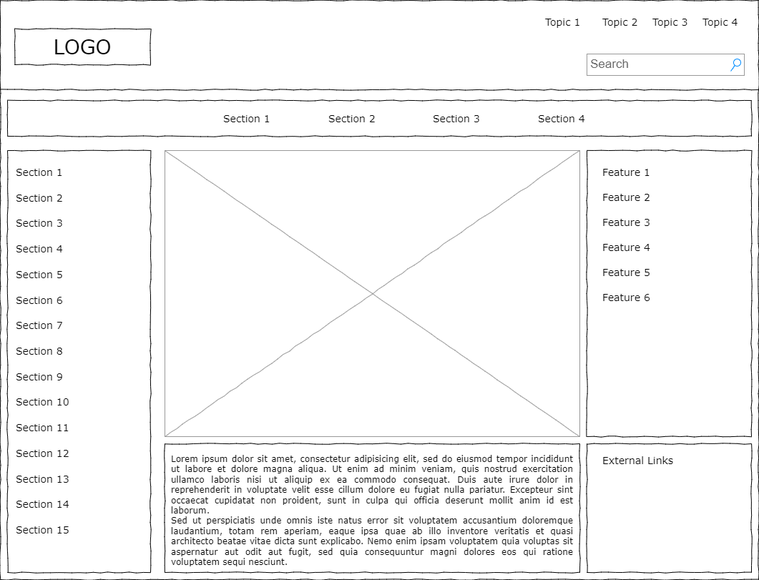
The draw.io diagram Portfolio site diagram.png in davioc/amb-portfolio, before a commit. Source tidied: cells renumbered, new cells last; positions are measured from the earlier drawing's top-left corner, leaving out a move shared by most shapes.
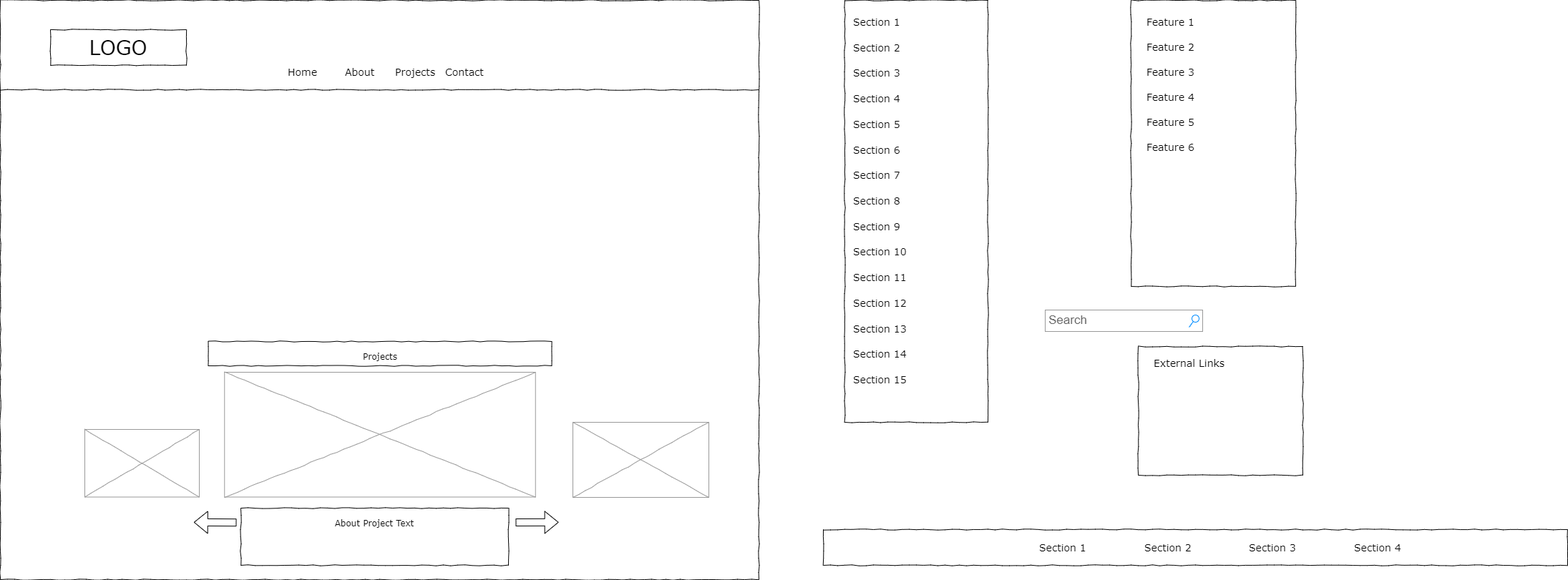
After the commit.

What changed in the source:
```diff
@@ -6,121 +6,140 @@
       <mxGeometry width="1060" height="810" as="geometry" />
     </mxCell>
     <mxCell id="3" value="LOGO" style="whiteSpace=wrap;html=1;rounded=0;shadow=0;labelBackgroundColor=none;strokeWidth=1;fontFamily=Verdana;fontSize=28;align=center;comic=1;" parent="1" vertex="1">
-      <mxGeometry x="20" y="40" width="190" height="50" as="geometry" />
+      <mxGeometry x="70" y="41" width="190" height="50" as="geometry" />
     </mxCell>
     <mxCell id="4" value="Search" style="strokeWidth=1;shadow=0;dashed=0;align=center;html=1;shape=mxgraph.mockup.forms.searchBox;strokeColor=#999999;mainText=;strokeColor2=#008cff;fontColor=#666666;fontSize=17;align=left;spacingLeft=3;rounded=0;labelBackgroundColor=none;comic=1;" parent="1" vertex="1">
-      <mxGeometry x="820" y="75" width="220" height="30" as="geometry" />
+      <mxGeometry x="1460" y="433" width="220" height="30" as="geometry" />
     </mxCell>
-    <mxCell id="5" value="Topic 1" style="text;html=1;align=left;verticalAlign=top;spacingTop=-4;fontSize=14;fontFamily=Verdana;" parent="1" vertex="1">
-      <mxGeometry x="760" y="20" width="60" height="20" as="geometry" />
+    <mxCell id="5" value="Home" style="text;html=1;align=left;verticalAlign=top;spacingTop=-4;fontSize=14;fontFamily=Verdana;" parent="1" vertex="1">
+      <mxGeometry x="400" y="90" width="60" height="20" as="geometry" />
     </mxCell>
-    <mxCell id="6" value="Topic 2" style="text;html=1;align=left;verticalAlign=top;spacingTop=-4;fontSize=14;fontFamily=Verdana;" parent="1" vertex="1">
-      <mxGeometry x="840" y="20" width="60" height="20" as="geometry" />
+    <mxCell id="6" value="About" style="text;html=1;align=left;verticalAlign=top;spacingTop=-4;fontSize=14;fontFamily=Verdana;" parent="1" vertex="1">
+      <mxGeometry x="480" y="90" width="60" height="20" as="geometry" />
     </mxCell>
-    <mxCell id="7" value="Topic 3" style="text;html=1;align=left;verticalAlign=top;spacingTop=-4;fontSize=14;fontFamily=Verdana;" parent="1" vertex="1">
-      <mxGeometry x="910" y="20" width="60" height="20" as="geometry" />
+    <mxCell id="7" value="Projects" style="text;html=1;align=left;verticalAlign=top;spacingTop=-4;fontSize=14;fontFamily=Verdana;" parent="1" vertex="1">
+      <mxGeometry x="550" y="90" width="60" height="20" as="geometry" />
     </mxCell>
-    <mxCell id="8" value="Topic 4" style="text;html=1;align=left;verticalAlign=top;spacingTop=-4;fontSize=14;fontFamily=Verdana;" parent="1" vertex="1">
-      <mxGeometry x="980" y="20" width="60" height="20" as="geometry" />
+    <mxCell id="8" value="Contact" style="text;html=1;align=left;verticalAlign=top;spacingTop=-4;fontSize=14;fontFamily=Verdana;" parent="1" vertex="1">
+      <mxGeometry x="620" y="90" width="60" height="20" as="geometry" />
     </mxCell>
     <mxCell id="9" style="whiteSpace=wrap;html=1;rounded=0;shadow=0;labelBackgroundColor=none;strokeWidth=1;fillColor=none;fontFamily=Verdana;fontSize=12;align=center;comic=1;" parent="1" vertex="1">
-      <mxGeometry x="10" y="210" width="200" height="590" as="geometry" />
+      <mxGeometry x="1180" width="200" height="590" as="geometry" />
     </mxCell>
     <mxCell id="10" style="line;strokeWidth=1;html=1;rounded=0;shadow=0;labelBackgroundColor=none;fillColor=none;fontFamily=Verdana;fontSize=14;fontColor=#000000;align=center;comic=1;" parent="1" vertex="1">
       <mxGeometry y="120" width="1060" height="10" as="geometry" />
     </mxCell>
     <mxCell id="11" style="whiteSpace=wrap;html=1;rounded=0;shadow=0;labelBackgroundColor=none;strokeWidth=1;fillColor=none;fontFamily=Verdana;fontSize=12;align=center;comic=1;" parent="1" vertex="1">
-      <mxGeometry x="10" y="140" width="1040" height="50" as="geometry" />
+      <mxGeometry x="1150" y="740" width="1040" height="50" as="geometry" />
     </mxCell>
     <mxCell id="12" value="Section 1" style="text;html=1;align=left;verticalAlign=top;spacingTop=-4;fontSize=14;fontFamily=Verdana;" parent="1" vertex="1">
-      <mxGeometry x="310" y="155" width="60" height="20" as="geometry" />
+      <mxGeometry x="1450" y="755" width="60" height="20" as="geometry" />
     </mxCell>
     <mxCell id="13" value="Section 2" style="text;html=1;align=left;verticalAlign=top;spacingTop=-4;fontSize=14;fontFamily=Verdana;" parent="1" vertex="1">
-      <mxGeometry x="457" y="155" width="60" height="20" as="geometry" />
+      <mxGeometry x="1597" y="755" width="60" height="20" as="geometry" />
     </mxCell>
     <mxCell id="14" value="Section 3" style="text;html=1;align=left;verticalAlign=top;spacingTop=-4;fontSize=14;fontFamily=Verdana;" parent="1" vertex="1">
-      <mxGeometry x="603" y="155" width="60" height="20" as="geometry" />
+      <mxGeometry x="1743" y="755" width="60" height="20" as="geometry" />
     </mxCell>
     <mxCell id="15" value="Section 4" style="text;html=1;align=left;verticalAlign=top;spacingTop=-4;fontSize=14;fontFamily=Verdana;" parent="1" vertex="1">
-      <mxGeometry x="750" y="155" width="60" height="20" as="geometry" />
+      <mxGeometry x="1890" y="755" width="60" height="20" as="geometry" />
     </mxCell>
-    <mxCell id="16" value="&lt;div style=&quot;text-align: justify&quot;&gt;&lt;span&gt;Lorem ipsum dolor sit amet, consectetur adipisicing elit, sed do eiusmod tempor incididunt ut labore et dolore magna aliqua. Ut enim ad minim veniam, quis nostrud exercitation ullamco laboris nisi ut aliquip ex ea commodo consequat. Duis aute irure dolor in reprehenderit in voluptate velit esse cillum dolore eu fugiat nulla pariatur. Excepteur sint occaecat cupidatat non proident, sunt in culpa qui officia deserunt mollit anim id est laborum.&lt;/span&gt;&lt;/div&gt;&lt;div style=&quot;text-align: justify&quot;&gt;&lt;span&gt;Sed ut perspiciatis unde omnis iste natus error sit voluptatem accusantium doloremque laudantium, totam rem aperiam, eaque ipsa quae ab illo inventore veritatis et quasi architecto beatae vitae dicta sunt explicabo. Nemo enim ipsam voluptatem quia voluptas sit aspernatur aut odit aut fugit, sed quia consequuntur magni dolores eos qui ratione voluptatem sequi nesciunt.&amp;nbsp;&lt;/span&gt;&lt;/div&gt;" style="whiteSpace=wrap;html=1;rounded=0;shadow=0;labelBackgroundColor=none;strokeWidth=1;fillColor=none;fontFamily=Verdana;fontSize=12;align=center;verticalAlign=top;spacing=10;comic=1;" parent="1" vertex="1">
-      <mxGeometry x="230" y="620" width="580" height="180" as="geometry" />
+    <mxCell id="16" value="&lt;div style=&quot;text-align: justify&quot;&gt;About Project Text&lt;/div&gt;" style="whiteSpace=wrap;html=1;rounded=0;shadow=0;labelBackgroundColor=none;strokeWidth=1;fillColor=none;fontFamily=Verdana;fontSize=12;align=center;verticalAlign=top;spacing=10;comic=1;" parent="1" vertex="1">
+      <mxGeometry x="336" y="710" width="374" height="80" as="geometry" />
     </mxCell>
-    <mxCell id="17" style="verticalLabelPosition=bottom;shadow=0;dashed=0;align=center;html=1;verticalAlign=top;strokeWidth=1;shape=mxgraph.mockup.graphics.simpleIcon;strokeColor=#999999;rounded=0;labelBackgroundColor=none;fontFamily=Verdana;fontSize=14;fontColor=#000000;comic=1;" parent="1" vertex="1">
-      <mxGeometry x="230" y="210" width="580" height="400" as="geometry" />
-    </mxCell>
     <mxCell id="18" style="whiteSpace=wrap;html=1;rounded=0;shadow=0;labelBackgroundColor=none;strokeWidth=1;fillColor=none;fontFamily=Verdana;fontSize=12;align=center;comic=1;" parent="1" vertex="1">
-      <mxGeometry x="820" y="210" width="230" height="400" as="geometry" />
+      <mxGeometry x="1580" width="230" height="400" as="geometry" />
     </mxCell>
     <mxCell id="19" style="whiteSpace=wrap;html=1;rounded=0;shadow=0;labelBackgroundColor=none;strokeWidth=1;fillColor=none;fontFamily=Verdana;fontSize=12;align=center;comic=1;" parent="1" vertex="1">
-      <mxGeometry x="820" y="620" width="230" height="180" as="geometry" />
+      <mxGeometry x="1590" y="484" width="230" height="180" as="geometry" />
     </mxCell>
     <mxCell id="20" value="Section 1" style="text;html=1;align=left;verticalAlign=top;spacingTop=-4;fontSize=14;fontFamily=Verdana;" parent="1" vertex="1">
-      <mxGeometry x="20" y="230" width="170" height="20" as="geometry" />
+      <mxGeometry x="1190" y="20" width="170" height="20" as="geometry" />
     </mxCell>
     <mxCell id="21" value="Section 2" style="text;html=1;align=left;verticalAlign=top;spacingTop=-4;fontSize=14;fontFamily=Verdana;" parent="1" vertex="1">
-      <mxGeometry x="20" y="266" width="170" height="20" as="geometry" />
+      <mxGeometry x="1190" y="56" width="170" height="20" as="geometry" />
     </mxCell>
     <mxCell id="22" value="Section 3" style="text;html=1;align=left;verticalAlign=top;spacingTop=-4;fontSize=14;fontFamily=Verdana;" parent="1" vertex="1">
-      <mxGeometry x="20" y="301" width="170" height="20" as="geometry" />
+      <mxGeometry x="1190" y="91" width="170" height="20" as="geometry" />
     </mxCell>
     <mxCell id="23" value="Section 4" style="text;html=1;align=left;verticalAlign=top;spacingTop=-4;fontSize=14;fontFamily=Verdana;" parent="1" vertex="1">
-      <mxGeometry x="20" y="337" width="170" height="20" as="geometry" />
+      <mxGeometry x="1190" y="127" width="170" height="20" as="geometry" />
     </mxCell>
     <mxCell id="24" value="Section 7" style="text;html=1;align=left;verticalAlign=top;spacingTop=-4;fontSize=14;fontFamily=Verdana;" parent="1" vertex="1">
-      <mxGeometry x="20" y="444" width="170" height="20" as="geometry" />
+      <mxGeometry x="1190" y="234" width="170" height="20" as="geometry" />
     </mxCell>
     <mxCell id="25" value="Section 8" style="text;html=1;align=left;verticalAlign=top;spacingTop=-4;fontSize=14;fontFamily=Verdana;" parent="1" vertex="1">
-      <mxGeometry x="20" y="480" width="170" height="20" as="geometry" />
+      <mxGeometry x="1190" y="270" width="170" height="20" as="geometry" />
     </mxCell>
     <mxCell id="26" value="Section 9" style="text;html=1;align=left;verticalAlign=top;spacingTop=-4;fontSize=14;fontFamily=Verdana;" parent="1" vertex="1">
-      <mxGeometry x="20" y="516" width="170" height="20" as="geometry" />
+      <mxGeometry x="1190" y="306" width="170" height="20" as="geometry" />
     </mxCell>
     <mxCell id="27" value="Section 10" style="text;html=1;align=left;verticalAlign=top;spacingTop=-4;fontSize=14;fontFamily=Verdana;" parent="1" vertex="1">
-      <mxGeometry x="20" y="551" width="170" height="20" as="geometry" />
+      <mxGeometry x="1190" y="341" width="170" height="20" as="geometry" />
     </mxCell>
     <mxCell id="28" value="Section 11" style="text;html=1;align=left;verticalAlign=top;spacingTop=-4;fontSize=14;fontFamily=Verdana;" parent="1" vertex="1">
-      <mxGeometry x="20" y="587" width="170" height="20" as="geometry" />
+      <mxGeometry x="1190" y="377" width="170" height="20" as="geometry" />
     </mxCell>
     <mxCell id="29" value="Section 12" style="text;html=1;align=left;verticalAlign=top;spacingTop=-4;fontSize=14;fontFamily=Verdana;" parent="1" vertex="1">
-      <mxGeometry x="20" y="623" width="170" height="20" as="geometry" />
+      <mxGeometry x="1190" y="413" width="170" height="20" as="geometry" />
     </mxCell>
     <mxCell id="30" value="Section 13" style="text;html=1;align=left;verticalAlign=top;spacingTop=-4;fontSize=14;fontFamily=Verdana;" parent="1" vertex="1">
-      <mxGeometry x="20" y="659" width="170" height="20" as="geometry" />
+      <mxGeometry x="1190" y="449" width="170" height="20" as="geometry" />
     </mxCell>
     <mxCell id="31" value="Section 14" style="text;html=1;align=left;verticalAlign=top;spacingTop=-4;fontSize=14;fontFamily=Verdana;" parent="1" vertex="1">
-      <mxGeometry x="20" y="694" width="170" height="20" as="geometry" />
+      <mxGeometry x="1190" y="484" width="170" height="20" as="geometry" />
     </mxCell>
     <mxCell id="32" value="Section 5" style="text;html=1;align=left;verticalAlign=top;spacingTop=-4;fontSize=14;fontFamily=Verdana;" parent="1" vertex="1">
-      <mxGeometry x="20" y="373" width="170" height="20" as="geometry" />
+      <mxGeometry x="1190" y="163" width="170" height="20" as="geometry" />
     </mxCell>
     <mxCell id="33" value="Section 6" style="text;html=1;align=left;verticalAlign=top;spacingTop=-4;fontSize=14;fontFamily=Verdana;" parent="1" vertex="1">
-      <mxGeometry x="20" y="409" width="170" height="20" as="geometry" />
+      <mxGeometry x="1190" y="199" width="170" height="20" as="geometry" />
     </mxCell>
     <mxCell id="34" value="Section 15" style="text;html=1;align=left;verticalAlign=top;spacingTop=-4;fontSize=14;fontFamily=Verdana;" parent="1" vertex="1">
-      <mxGeometry x="20" y="730" width="170" height="20" as="geometry" />
+      <mxGeometry x="1190" y="520" width="170" height="20" as="geometry" />
     </mxCell>
     <mxCell id="35" value="External Links" style="text;html=1;align=left;verticalAlign=top;spacingTop=-4;fontSize=14;fontFamily=Verdana;" parent="1" vertex="1">
-      <mxGeometry x="840" y="633" width="170" height="20" as="geometry" />
+      <mxGeometry x="1610" y="497" width="170" height="20" as="geometry" />
     </mxCell>
     <mxCell id="36" value="Feature 1" style="text;html=1;align=left;verticalAlign=top;spacingTop=-4;fontSize=14;fontFamily=Verdana;" parent="1" vertex="1">
-      <mxGeometry x="840" y="230" width="170" height="20" as="geometry" />
+      <mxGeometry x="1600" y="20" width="170" height="20" as="geometry" />
     </mxCell>
     <mxCell id="37" value="Feature 2" style="text;html=1;align=left;verticalAlign=top;spacingTop=-4;fontSize=14;fontFamily=Verdana;" parent="1" vertex="1">
-      <mxGeometry x="840" y="265" width="170" height="20" as="geometry" />
+      <mxGeometry x="1600" y="55" width="170" height="20" as="geometry" />
     </mxCell>
     <mxCell id="38" value="Feature 3" style="text;html=1;align=left;verticalAlign=top;spacingTop=-4;fontSize=14;fontFamily=Verdana;" parent="1" vertex="1">
-      <mxGeometry x="840" y="300" width="170" height="20" as="geometry" />
+      <mxGeometry x="1600" y="90" width="170" height="20" as="geometry" />
     </mxCell>
     <mxCell id="39" value="Feature 4" style="text;html=1;align=left;verticalAlign=top;spacingTop=-4;fontSize=14;fontFamily=Verdana;" parent="1" vertex="1">
-      <mxGeometry x="840" y="335" width="170" height="20" as="geometry" />
+      <mxGeometry x="1600" y="125" width="170" height="20" as="geometry" />
     </mxCell>
     <mxCell id="40" value="Feature 5" style="text;html=1;align=left;verticalAlign=top;spacingTop=-4;fontSize=14;fontFamily=Verdana;" parent="1" vertex="1">
-      <mxGeometry x="840" y="370" width="170" height="20" as="geometry" />
+      <mxGeometry x="1600" y="160" width="170" height="20" as="geometry" />
     </mxCell>
     <mxCell id="41" value="Feature 6" style="text;html=1;align=left;verticalAlign=top;spacingTop=-4;fontSize=14;fontFamily=Verdana;" parent="1" vertex="1">
-      <mxGeometry x="840" y="405" width="170" height="20" as="geometry" />
+      <mxGeometry x="1600" y="195" width="170" height="20" as="geometry" />
     </mxCell>
+    <mxCell id="42" style="verticalLabelPosition=bottom;shadow=0;dashed=0;align=center;html=1;verticalAlign=top;strokeWidth=1;shape=mxgraph.mockup.graphics.simpleIcon;strokeColor=#999999;rounded=0;labelBackgroundColor=none;fontFamily=Verdana;fontSize=14;fontColor=#000000;comic=1;" parent="1" vertex="1">
+      <mxGeometry x="118" y="600" width="160" height="94.5" as="geometry" />
+    </mxCell>
+    <mxCell id="43" style="verticalLabelPosition=bottom;shadow=0;dashed=0;align=center;html=1;verticalAlign=top;strokeWidth=1;shape=mxgraph.mockup.graphics.simpleIcon;strokeColor=#999999;rounded=0;labelBackgroundColor=none;fontFamily=Verdana;fontSize=14;fontColor=#000000;comic=1;" parent="1" vertex="1">
+      <mxGeometry x="800" y="590" width="190" height="105" as="geometry" />
+    </mxCell>
+    <mxCell id="17" style="verticalLabelPosition=bottom;shadow=0;dashed=0;align=center;html=1;verticalAlign=top;strokeWidth=1;shape=mxgraph.mockup.graphics.simpleIcon;strokeColor=#999999;rounded=0;labelBackgroundColor=none;fontFamily=Verdana;fontSize=14;fontColor=#000000;comic=1;" parent="1" vertex="1">
+      <mxGeometry x="313.2" y="520" width="434.5" height="174.5" as="geometry" />
+    </mxCell>
+    <mxCell id="44" value="&lt;div style=&quot;text-align: justify&quot;&gt;Projects&lt;/div&gt;" style="whiteSpace=wrap;html=1;rounded=0;shadow=0;labelBackgroundColor=none;strokeWidth=1;fillColor=none;fontFamily=Verdana;fontSize=12;align=center;verticalAlign=top;spacing=10;comic=1;" parent="1" vertex="1">
+      <mxGeometry x="290.5" y="477" width="480" height="34" as="geometry" />
+    </mxCell>
+    <mxCell id="45" style="shape=flexArrow;endArrow=classic;html=1;rounded=0;entryX=0.736;entryY=0.901;entryDx=0;entryDy=0;entryPerimeter=0;" parent="1" edge="1" target="2">
+      <mxGeometry relative="1" as="geometry">
+        <mxPoint x="720" y="730" as="sourcePoint" />
+      </mxGeometry>
+    </mxCell>
+    <mxCell id="46" style="shape=flexArrow;endArrow=classic;html=1;rounded=0;entryX=0.255;entryY=0.901;entryDx=0;entryDy=0;entryPerimeter=0;" parent="1" edge="1" target="2">
+      <mxGeometry relative="1" as="geometry">
+        <mxPoint x="330" y="730.2" as="sourcePoint" />
+      </mxGeometry>
+    </mxCell>
   </root>
 </mxGraphModel>
```
